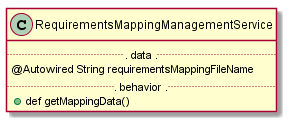
This is zions-ext-services/src/main/groovy/com/zions/rm/services/requirements/RequirementsMappingManagementService.png from ericamundson/zions-service-framework, a PlantUML export, as it was before one commit. Its diagram source:
```plantuml
@startuml
class RequirementsMappingManagementService {
... data ...
@Autowired String requirementsMappingFileName
... behavior ...
 +def getMappingData()
}
@enduml
```
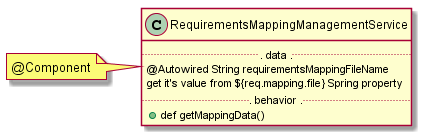
After the change.

What changed in the source:
```diff
@@ -2,7 +2,9 @@
 class RequirementsMappingManagementService {
 ... data ...
 @Autowired String requirementsMappingFileName
+get it's value from ${req.mapping.file} Spring property
 ... behavior ...
  +def getMappingData()
 }
-@enduml
+note left: @Component
+ @enduml
```
